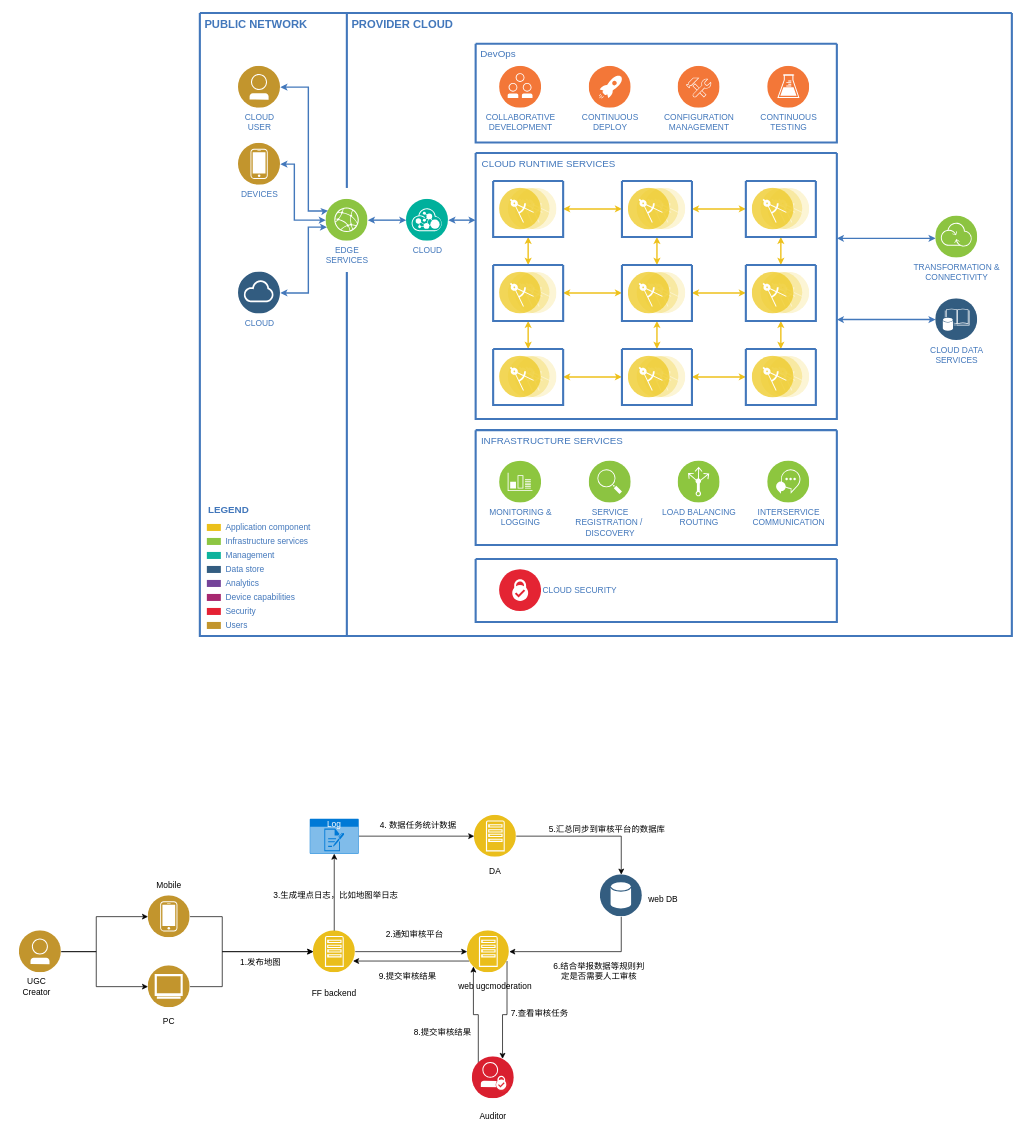
The draw.io diagram service.drawio in onlyonedaniel/wiki, before the edit. Source tidied: cells renumbered, new cells numbered last; positions are measured from the earlier drawing's top-left corner, leaving out a move shared by most shapes. Both pictures are drawn from the tidied source at 70%, with x=0, y=0 at pixel (12, 13).
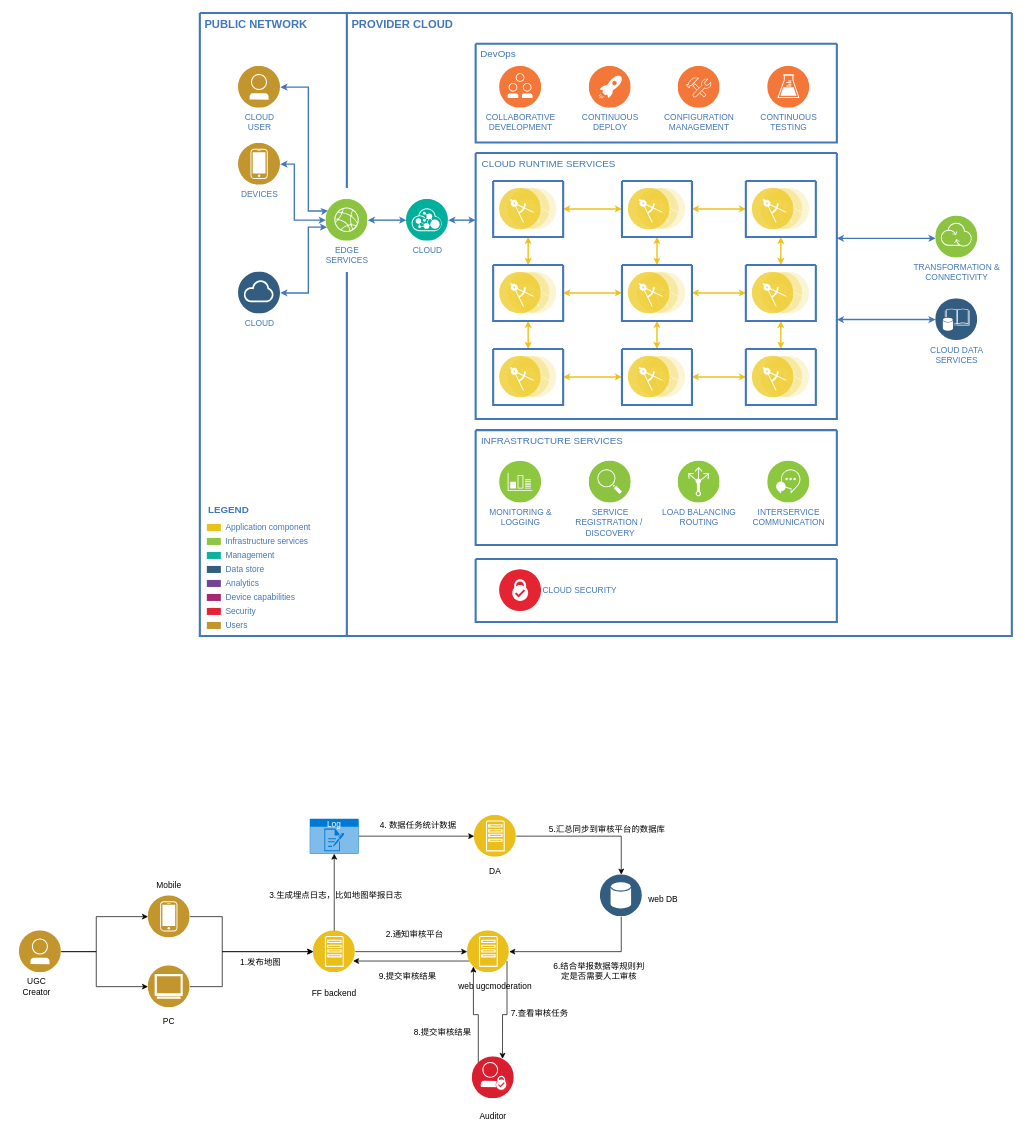
After the change.

The edit, as a diff of the source:
```diff
@@
-    <mxCell id="100" value="3.生成埋点日志，比如地图举日志" style="text;html=1;whiteSpace=wrap;strokeColor=none;fillColor=none;align=center;verticalAlign=middle;rounded=0;" parent="1" vertex="1">
+    <mxCell id="100" value="3.生成埋点日志，比如地图举报日志" style="text;html=1;whiteSpace=wrap;strokeColor=none;fillColor=none;align=center;verticalAlign=middle;rounded=0;" parent="1" vertex="1">
       <mxGeometry x="365" y="1246" width="195" height="30" as="geometry" />
     </mxCell>
```
